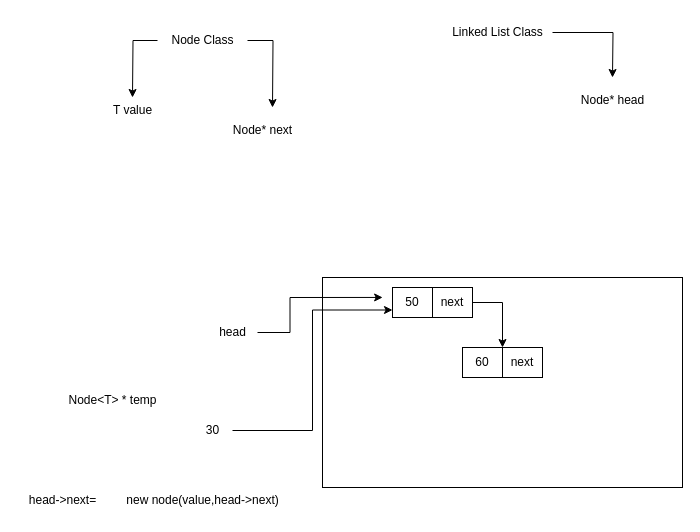
This is Single Linked List.drawio from amrtlt95/RouteMiniIti, a draw.io file, before an edit. Source tidied: cells renumbered, new cells numbered last; positions are measured from the earlier drawing's top-left corner, leaving out a move shared by most shapes. Both pictures are drawn from the tidied source at 100%, with x=0, y=0 at pixel (17, 17).
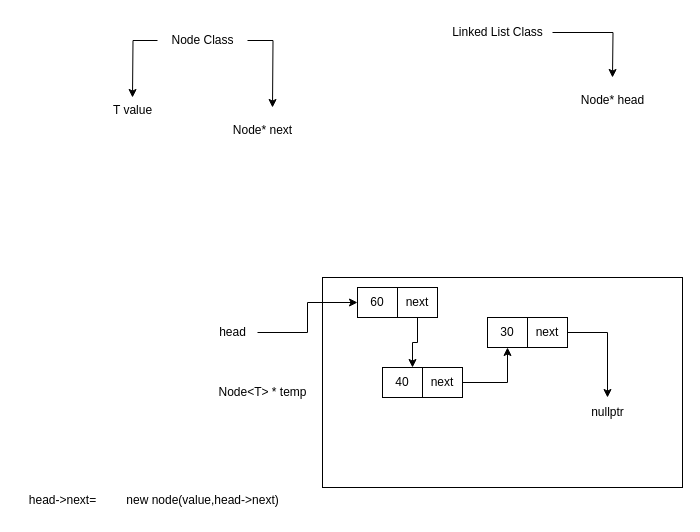
After the change.

Unchanged cells that the change refers to:
```xml
<mxCell id="10" style="rounded=0;whiteSpace=wrap;html=1;fillColor=none;" parent="1" vertex="1">
  <mxGeometry x="305" y="260" width="360" height="210" as="geometry" />
</mxCell>
<mxCell id="12" value="head" style="text;html=1;align=center;verticalAlign=middle;points=[];strokeColor=none;fillColor=none;" parent="1" vertex="1">
  <mxGeometry x="190" y="300" width="50" height="30" as="geometry" />
</mxCell>
```

What changed in the source:
```diff
@@
-    <mxCell id="11" style="edgeStyle=orthogonalEdgeStyle;rounded=0;jettySize=auto;html=1;entryX=0.167;entryY=0.095;entryDx=0;entryDy=0;entryPerimeter=0;" parent="1" edge="1" source="12" target="10">
-      <mxGeometry relative="1" as="geometry" />
-    </mxCell>
+    <mxCell id="23" style="edgeStyle=orthogonalEdgeStyle;rounded=0;jettySize=auto;html=1;entryX=0;entryY=0.5;entryDx=0;entryDy=0;" parent="1" edge="1" source="12" target="18">
+      <mxGeometry relative="1" as="geometry" />
+    </mxCell>
@@
-    <mxCell id="13" style="edgeStyle=orthogonalEdgeStyle;rounded=0;jettySize=auto;html=1;entryX=0;entryY=0.75;entryDx=0;entryDy=0;" parent="1" edge="1" source="14" target="15">
-      <mxGeometry relative="1" as="geometry" />
-    </mxCell>
-    <mxCell id="14" value="30" style="text;html=1;align=center;verticalAlign=middle;points=[];strokeColor=none;fillColor=none;" parent="1" vertex="1">
-      <mxGeometry x="175" y="398" width="40" height="30" as="geometry" />
-    </mxCell>
-    <mxCell id="15" value="50" style="rounded=0;whiteSpace=wrap;html=1;fillColor=none;" parent="1" vertex="1">
-      <mxGeometry x="375" y="270" width="40" height="30" as="geometry" />
-    </mxCell>
-    <mxCell id="16" style="edgeStyle=orthogonalEdgeStyle;rounded=0;jettySize=auto;html=1;entryX=0;entryY=0;entryDx=0;entryDy=0;" parent="1" edge="1" source="17" target="19">
-      <mxGeometry relative="1" as="geometry" />
-    </mxCell>
-    <mxCell id="17" value="next" style="rounded=0;whiteSpace=wrap;html=1;" parent="1" vertex="1">
-      <mxGeometry x="415" y="270" width="40" height="30" as="geometry" />
-    </mxCell>
     <mxCell id="18" value="60" style="rounded=0;whiteSpace=wrap;html=1;fillColor=none;" parent="1" vertex="1">
-      <mxGeometry x="445" y="330" width="40" height="30" as="geometry" />
+      <mxGeometry x="340" y="270" width="40" height="30" as="geometry" />
     </mxCell>
+    <mxCell id="24" style="edgeStyle=orthogonalEdgeStyle;rounded=0;jettySize=auto;html=1;entryX=0.75;entryY=0;entryDx=0;entryDy=0;" parent="1" edge="1" source="19" target="28">
+      <mxGeometry relative="1" as="geometry" />
+    </mxCell>
     <mxCell id="19" value="next" style="rounded=0;whiteSpace=wrap;html=1;" parent="1" vertex="1">
-      <mxGeometry x="485" y="330" width="40" height="30" as="geometry" />
+      <mxGeometry x="380" y="270" width="40" height="30" as="geometry" />
     </mxCell>
     <mxCell id="20" value="Node&amp;lt;T&amp;gt; * temp" style="text;html=1;align=center;verticalAlign=middle;strokeColor=none;fillColor=none;" parent="1" vertex="1">
-      <mxGeometry x="40" y="368" width="110" height="30" as="geometry" />
+      <mxGeometry x="190" y="360" width="110" height="30" as="geometry" />
     </mxCell>
@@
+    <mxCell id="25" value="nullptr" style="text;html=1;align=center;verticalAlign=middle;points=[];strokeColor=none;fillColor=none;" parent="1" vertex="1">
+      <mxGeometry x="565" y="380" width="50" height="30" as="geometry" />
+    </mxCell>
+    <mxCell id="14" value="30" style="rounded=0;whiteSpace=wrap;html=1;fillColor=none;" parent="1" vertex="1">
+      <mxGeometry x="470" y="300" width="40" height="30" as="geometry" />
+    </mxCell>
+    <mxCell id="26" style="edgeStyle=orthogonalEdgeStyle;rounded=0;jettySize=auto;html=1;" parent="1" edge="1" source="27" target="25">
+      <mxGeometry relative="1" as="geometry" />
+    </mxCell>
+    <mxCell id="27" value="next" style="rounded=0;whiteSpace=wrap;html=1;" parent="1" vertex="1">
+      <mxGeometry x="510" y="300" width="40" height="30" as="geometry" />
+    </mxCell>
+    <mxCell id="28" value="40" style="rounded=0;whiteSpace=wrap;html=1;fillColor=none;" parent="1" vertex="1">
+      <mxGeometry x="365" y="350" width="40" height="30" as="geometry" />
+    </mxCell>
+    <mxCell id="29" style="edgeStyle=orthogonalEdgeStyle;rounded=0;jettySize=auto;html=1;entryX=0.5;entryY=1;entryDx=0;entryDy=0;" parent="1" edge="1" source="30" target="14">
+      <mxGeometry relative="1" as="geometry" />
+    </mxCell>
+    <mxCell id="30" value="next" style="rounded=0;whiteSpace=wrap;html=1;" parent="1" vertex="1">
+      <mxGeometry x="405" y="350" width="40" height="30" as="geometry" />
+    </mxCell>
```
